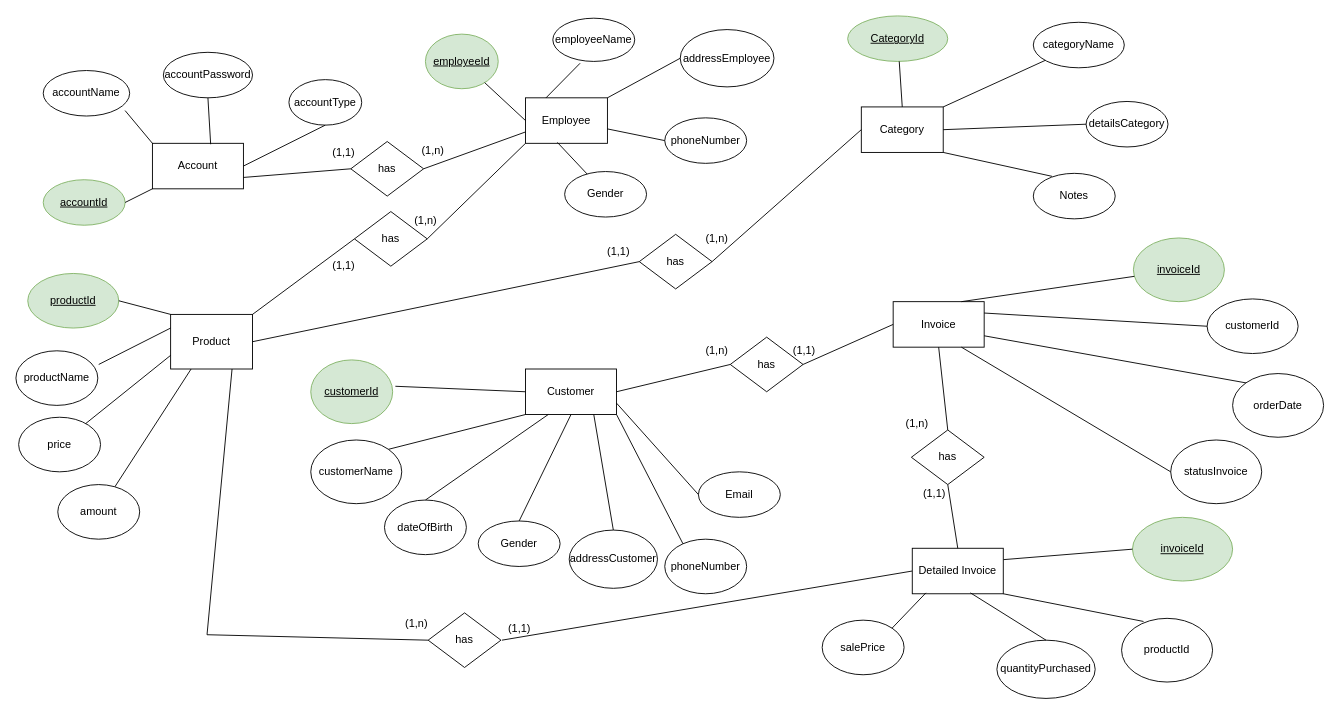
Before: DtbAsg.drawio in DungCR7/Database, a draw.io diagram. Source tidied: cells renumbered, new cells numbered last; positions are measured from the earlier drawing's top-left corner, leaving out a move shared by most shapes. Both pictures are drawn from the tidied source at 91%, with x=0, y=0 at pixel (15, 15).
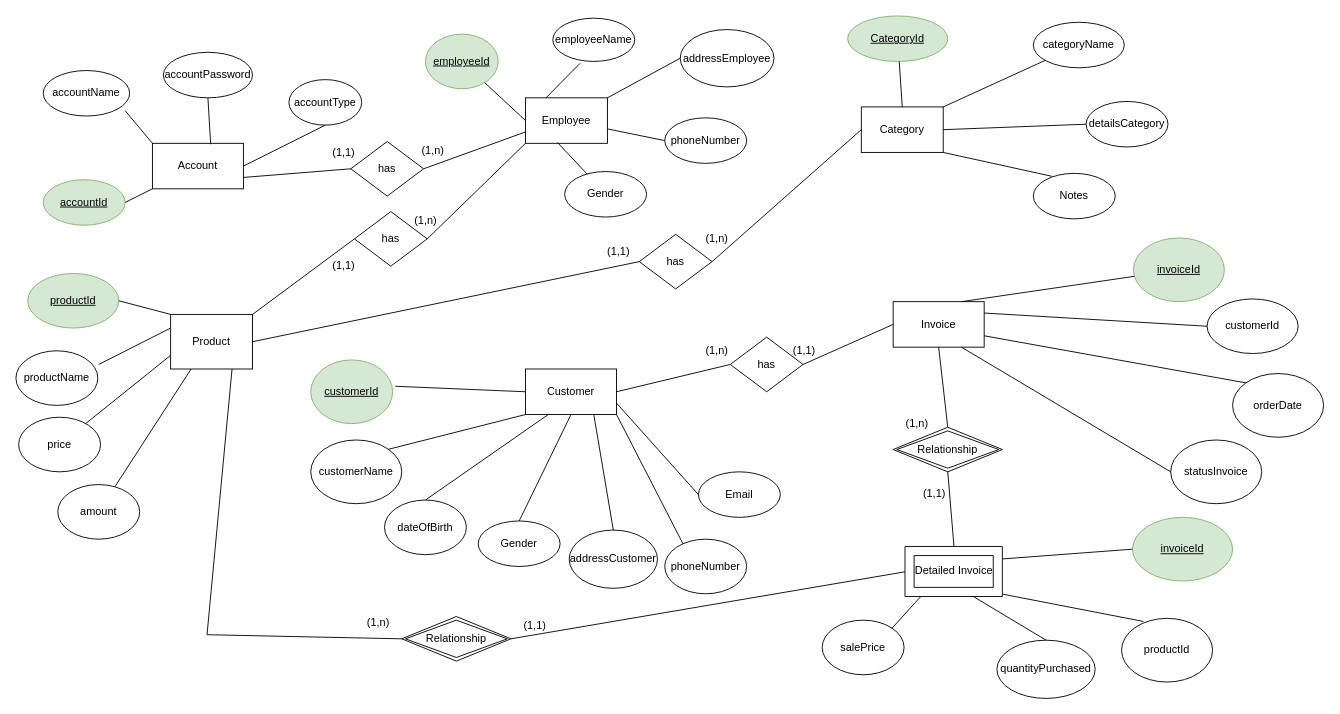
Above is the later version.

Unchanged cells that the change refers to:
```xml
<mxCell id="17" value="Product" style="rounded=0;whiteSpace=wrap;html=1;" parent="1" vertex="1">
  <mxGeometry x="170" y="328" width="90" height="60" as="geometry" />
</mxCell>
<mxCell id="27" value="Invoice" style="rounded=0;whiteSpace=wrap;html=1;" parent="1" vertex="1">
  <mxGeometry x="964" y="314" width="100" height="50" as="geometry" />
</mxCell>
```

Change to the diagram source:
```diff
@@
-    <mxCell id="66" value="has" style="rhombus;whiteSpace=wrap;html=1;" parent="1" vertex="1">
-      <mxGeometry x="453" y="656" width="80" height="60" as="geometry" />
-    </mxCell>
-    <mxCell id="67" style="endArrow=none;html=1;rounded=0;startArrow=none;entryX=0;entryY=0.5;entryDx=0;entryDy=0;" parent="1" edge="1" target="78">
-      <mxGeometry relative="1" as="geometry">
-        <mxPoint x="534" y="686" as="sourcePoint" />
-      </mxGeometry>
+    <mxCell id="67" style="endArrow=none;html=1;rounded=0;startArrow=none;entryX=0;entryY=0.5;entryDx=0;entryDy=0;exitX=1;exitY=0.5;exitDx=0;exitDy=0;" parent="1" edge="1" source="105" target="78">
+      <mxGeometry relative="1" as="geometry" />
     </mxCell>
-    <mxCell id="68" style="endArrow=none;html=1;rounded=0;entryX=0;entryY=0.5;entryDx=0;entryDy=0;exitX=0.75;exitY=1;exitDx=0;exitDy=0;" parent="1" edge="1" source="17" target="66">
+    <mxCell id="68" style="endArrow=none;html=1;rounded=0;entryX=0;entryY=0.5;entryDx=0;entryDy=0;exitX=0.75;exitY=1;exitDx=0;exitDy=0;" parent="1" edge="1" source="17" target="105">
       <mxGeometry relative="1" as="geometry">
         <Array as="points">
           <mxPoint x="210" y="680" />
         </Array>
       </mxGeometry>
     </mxCell>
     <mxCell id="69" value="(1,n)" style="text;html=1;align=center;verticalAlign=middle;strokeColor=none;fillColor=none;" parent="1" vertex="1">
-      <mxGeometry x="420" y="658" width="40" height="20" as="geometry" />
+      <mxGeometry x="378" y="657" width="40" height="20" as="geometry" />
     </mxCell>
@@
     <mxCell id="78" value="Detailed Invoice" style="rounded=0;whiteSpace=wrap;html=1;" parent="1" vertex="1">
-      <mxGeometry x="985" y="585" width="100" height="50" as="geometry" />
+      <mxGeometry x="985" y="585" width="92" height="49" as="geometry" />
     </mxCell>
@@
-    <mxCell id="85" style="endArrow=none;html=1;rounded=0;entryX=0.5;entryY=0;entryDx=0;entryDy=0;exitX=0.5;exitY=1;exitDx=0;exitDy=0;" parent="1" edge="1" source="27" target="95">
+    <mxCell id="85" style="endArrow=none;html=1;rounded=0;entryX=0.5;entryY=0;entryDx=0;entryDy=0;exitX=0.5;exitY=1;exitDx=0;exitDy=0;" parent="1" edge="1" source="27" target="104">
       <mxGeometry relative="1" as="geometry" />
     </mxCell>
-    <mxCell id="86" style="endArrow=none;html=1;rounded=0;exitX=0.5;exitY=1;exitDx=0;exitDy=0;entryX=0.5;entryY=0;entryDx=0;entryDy=0;" parent="1" edge="1" source="95" target="78">
+    <mxCell id="86" style="endArrow=none;html=1;rounded=0;exitX=0.5;exitY=1;exitDx=0;exitDy=0;entryX=0.5;entryY=0;entryDx=0;entryDy=0;" parent="1" edge="1" source="104" target="78">
       <mxGeometry relative="1" as="geometry" />
     </mxCell>
@@
-    <mxCell id="95" value="has" style="rhombus;whiteSpace=wrap;html=1;" parent="1" vertex="1">
-      <mxGeometry x="984" y="455" width="80" height="60" as="geometry" />
-    </mxCell>
@@
     <mxCell id="97" value="(1,1)" style="text;html=1;align=center;verticalAlign=middle;strokeColor=none;fillColor=none;" parent="1" vertex="1">
-      <mxGeometry x="533" y="664" width="40" height="20" as="geometry" />
+      <mxGeometry x="550" y="660" width="40" height="20" as="geometry" />
     </mxCell>
@@
+    <mxCell id="103" style="verticalLabelPosition=bottom;verticalAlign=top;html=1;shape=mxgraph.basic.frame;dx=10;" parent="1" vertex="1">
+      <mxGeometry x="977" y="583" width="107" height="55" as="geometry" />
+    </mxCell>
+    <mxCell id="104" value="Relationship" style="shape=rhombus;double=1;perimeter=rhombusPerimeter;whiteSpace=wrap;html=1;align=center;" parent="1" vertex="1">
+      <mxGeometry x="964" y="452" width="120" height="49" as="geometry" />
+    </mxCell>
+    <mxCell id="105" value="Relationship" style="shape=rhombus;double=1;perimeter=rhombusPerimeter;whiteSpace=wrap;html=1;align=center;" parent="1" vertex="1">
+      <mxGeometry x="424" y="660" width="120" height="49" as="geometry" />
+    </mxCell>
```
